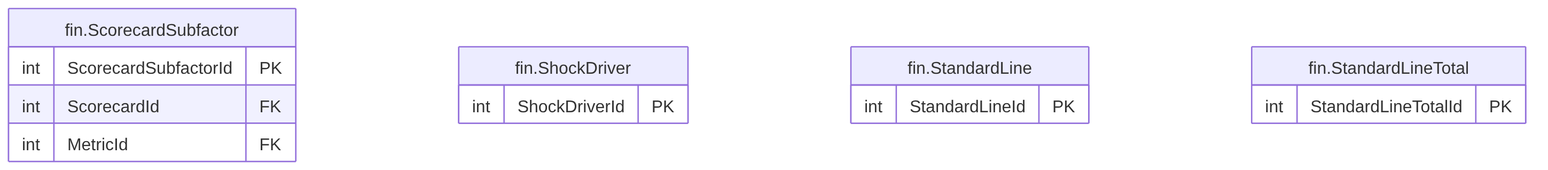
Earlier version of the Mermaid export treasury-platform/docs/diagrams/erd/m5_financials_12.png (thawrasy/smartlines). Its source is kept beside it as treasury-platform/docs/diagrams/erd/m5_financials_12.mmd.
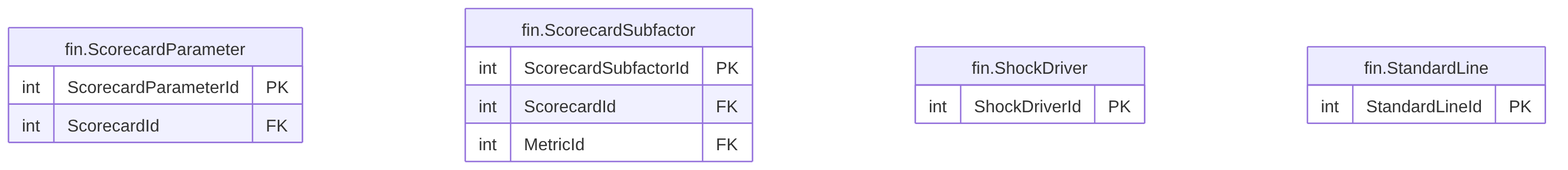
The same file after the commit.

Diff of the diagram source:
```diff
@@ -1,4 +1,8 @@
 erDiagram
+  fin_ScorecardParameter["fin.ScorecardParameter"] {
+    int ScorecardParameterId PK
+    int ScorecardId FK
+  }
   fin_ScorecardSubfactor["fin.ScorecardSubfactor"] {
     int ScorecardSubfactorId PK
     int ScorecardId FK
@@ -10,6 +14,3 @@
   fin_StandardLine["fin.StandardLine"] {
     int StandardLineId PK
   }
-  fin_StandardLineTotal["fin.StandardLineTotal"] {
-    int StandardLineTotalId PK
-  }
```
